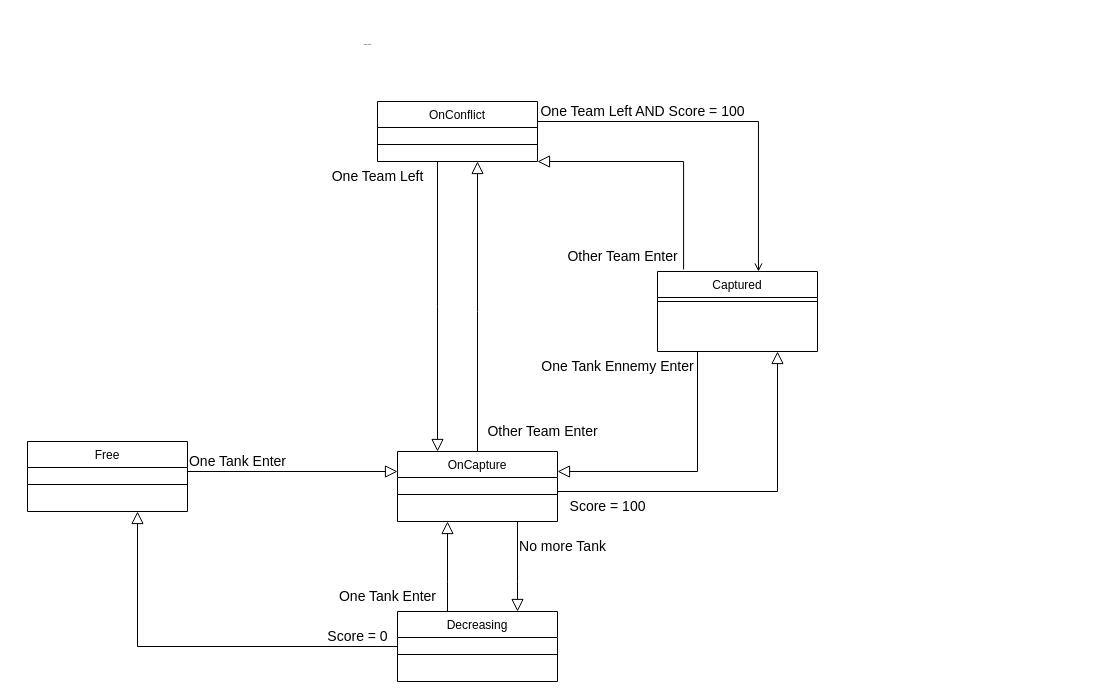
Earlier version of the draw.io diagram Classiagramm.drawio (Yorcal/RealIAUnity). Source tidied: cells renumbered, new cells numbered last; positions are measured from the earlier drawing's top-left corner, leaving out a move shared by most shapes. Both pictures are drawn from the tidied source at 100%, with x=0, y=0 at pixel (27, 26).
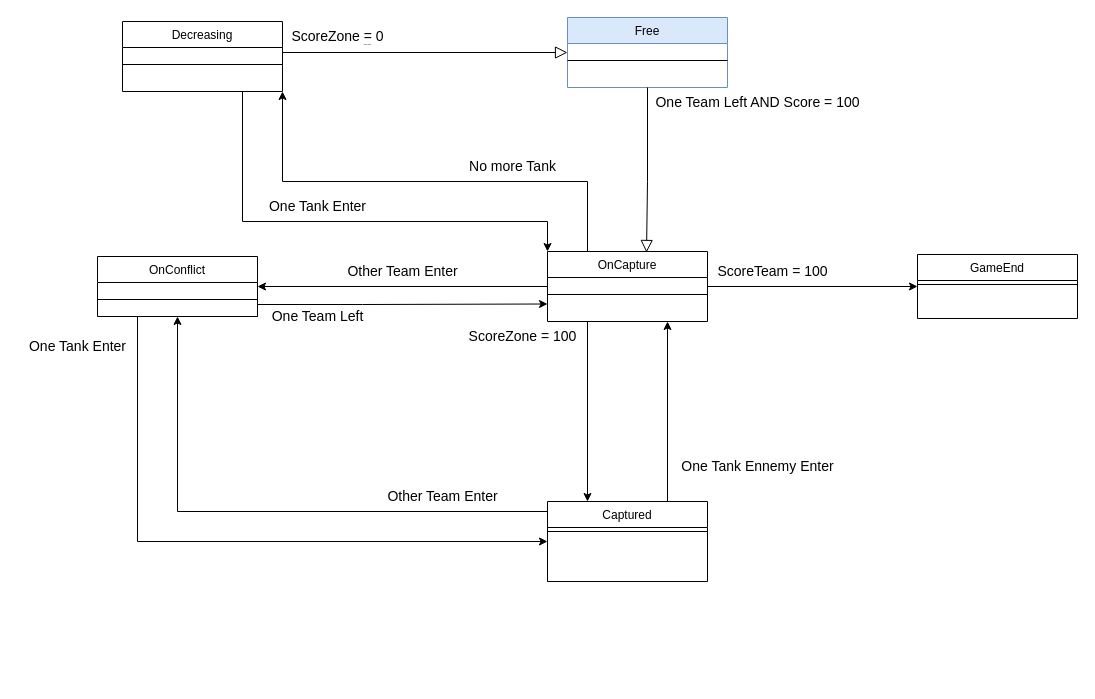
The same diagram, later.

Commit message (it also covers changes not shown here):
diagramme état

What changed in the source:
```diff
@@
+    <mxCell id="33" style="edgeStyle=orthogonalEdgeStyle;rounded=0;jettySize=auto;html=1;exitX=1;exitY=1;exitDx=0;exitDy=0;entryX=0;entryY=0.75;entryDx=0;entryDy=0;fontSize=14;" parent="1" edge="1" source="2" target="7">
+      <mxGeometry relative="1" as="geometry">
+        <Array as="points">
+          <mxPoint x="230" y="278" />
+          <mxPoint x="335" y="278" />
+        </Array>
+      </mxGeometry>
+    </mxCell>
+    <mxCell id="12" style="edgeStyle=orthogonalEdgeStyle;rounded=0;jettySize=auto;html=1;exitX=0.75;exitY=1;exitDx=0;exitDy=0;entryX=0;entryY=0.5;entryDx=0;entryDy=0;fontSize=14;" parent="1" edge="1" source="2" target="10">
+      <mxGeometry relative="1" as="geometry">
+        <Array as="points">
+          <mxPoint x="110" y="290" />
+          <mxPoint x="110" y="515" />
+        </Array>
+      </mxGeometry>
+    </mxCell>
     <mxCell id="2" value="OnConflict" style="swimlane;fontStyle=0;align=center;verticalAlign=top;horizontal=1;startSize=26;rounded=0;shadow=0;strokeWidth=1;" parent="1" vertex="1">
-      <mxGeometry x="350" y="75" width="160" height="60" as="geometry" />
+      <mxGeometry x="70" y="230" width="160" height="60" as="geometry" />
     </mxCell>
@@
-    <mxCell id="4" value="Free" style="swimlane;fontStyle=0;align=center;verticalAlign=top;horizontal=1;startSize=26;rounded=0;shadow=0;strokeWidth=1;" parent="1" vertex="1">
-      <mxGeometry y="415" width="160" height="70" as="geometry" />
+    <mxCell id="4" value="Free" style="swimlane;fontStyle=0;align=center;verticalAlign=top;horizontal=1;startSize=26;rounded=0;shadow=0;strokeWidth=1;fillColor=#dae8fc;strokeColor=#6c8ebf;" parent="1" vertex="1">
+      <mxGeometry x="540" y="-9" width="160" height="70" as="geometry" />
     </mxCell>
@@
-    <mxCell id="6" style="endArrow=block;endSize=10;endFill=0;shadow=0;strokeWidth=1;rounded=0;edgeStyle=elbowEdgeStyle;elbow=vertical;exitX=0.5;exitY=0;exitDx=0;exitDy=0;" parent="1" edge="1" source="7">
-      <mxGeometry relative="1" as="geometry">
-        <mxPoint x="450" y="135" as="targetPoint" />
-        <Array as="points">
-          <mxPoint x="450" y="285" />
-        </Array>
-      </mxGeometry>
-    </mxCell>
+    <mxCell id="34" style="edgeStyle=orthogonalEdgeStyle;rounded=0;jettySize=auto;html=1;exitX=0;exitY=0.5;exitDx=0;exitDy=0;fontSize=14;" parent="1" edge="1" source="7" target="2">
+      <mxGeometry relative="1" as="geometry" />
+    </mxCell>
+    <mxCell id="9" style="edgeStyle=orthogonalEdgeStyle;rounded=0;jettySize=auto;html=1;exitX=0.25;exitY=1;exitDx=0;exitDy=0;entryX=0.25;entryY=0;entryDx=0;entryDy=0;fontSize=14;" parent="1" edge="1" source="7" target="10">
+      <mxGeometry relative="1" as="geometry" />
+    </mxCell>
+    <mxCell id="20" style="edgeStyle=orthogonalEdgeStyle;rounded=0;jettySize=auto;html=1;exitX=0.25;exitY=0;exitDx=0;exitDy=0;entryX=1;entryY=1;entryDx=0;entryDy=0;fontSize=14;" parent="1" edge="1" source="7" target="18">
+      <mxGeometry relative="1" as="geometry">
+        <Array as="points">
+          <mxPoint x="560" y="155" />
+          <mxPoint x="255" y="155" />
+        </Array>
+      </mxGeometry>
+    </mxCell>
+    <mxCell id="35" style="edgeStyle=orthogonalEdgeStyle;rounded=0;jettySize=auto;html=1;exitX=1;exitY=0.5;exitDx=0;exitDy=0;fontSize=14;entryX=0;entryY=0.5;entryDx=0;entryDy=0;" parent="1" edge="1" source="7" target="38">
+      <mxGeometry relative="1" as="geometry" />
+    </mxCell>
     <mxCell id="7" value="OnCapture" style="swimlane;fontStyle=0;align=center;verticalAlign=top;horizontal=1;startSize=26;rounded=0;shadow=0;strokeWidth=1;" parent="1" vertex="1">
-      <mxGeometry x="370" y="425" width="160" height="70" as="geometry" />
+      <mxGeometry x="520" y="225" width="160" height="70" as="geometry" />
     </mxCell>
@@
-    <mxCell id="9" style="endArrow=block;endSize=10;endFill=0;shadow=0;strokeWidth=1;rounded=0;edgeStyle=elbowEdgeStyle;elbow=vertical;exitX=1;exitY=0.5;exitDx=0;exitDy=0;entryX=0.75;entryY=1;entryDx=0;entryDy=0;" parent="1" edge="1" source="7" target="10">
-      <mxGeometry relative="1" as="geometry">
-        <Array as="points">
-          <mxPoint x="650" y="465" />
-        </Array>
-      </mxGeometry>
-    </mxCell>
+    <mxCell id="36" style="edgeStyle=orthogonalEdgeStyle;rounded=0;jettySize=auto;html=1;exitX=0.75;exitY=0;exitDx=0;exitDy=0;entryX=0.75;entryY=1;entryDx=0;entryDy=0;fontSize=14;" parent="1" edge="1" source="10" target="7">
+      <mxGeometry relative="1" as="geometry" />
+    </mxCell>
+    <mxCell id="16" style="edgeStyle=orthogonalEdgeStyle;rounded=0;jettySize=auto;html=1;exitX=0;exitY=1;exitDx=0;exitDy=0;entryX=0.5;entryY=1;entryDx=0;entryDy=0;fontSize=14;" parent="1" edge="1" source="10" target="2">
+      <mxGeometry relative="1" as="geometry">
+        <Array as="points">
+          <mxPoint x="520" y="485" />
+          <mxPoint x="150" y="485" />
+        </Array>
+      </mxGeometry>
+    </mxCell>
     <mxCell id="10" value="Captured" style="swimlane;fontStyle=0;align=center;verticalAlign=top;horizontal=1;startSize=26;rounded=0;shadow=0;strokeWidth=1;" parent="1" vertex="1">
-      <mxGeometry x="630" y="245" width="160" height="80" as="geometry" />
+      <mxGeometry x="520" y="475" width="160" height="80" as="geometry" />
     </mxCell>
@@
-    <mxCell id="12" style="endArrow=open;shadow=0;strokeWidth=1;rounded=0;endFill=1;edgeStyle=elbowEdgeStyle;elbow=vertical;exitX=1;exitY=0.5;exitDx=0;exitDy=0;entryX=0.631;entryY=0;entryDx=0;entryDy=0;entryPerimeter=0;" parent="1" edge="1" source="2" target="10">
-      <mxGeometry x="0.5" y="41" relative="1" as="geometry">
-        <Array as="points">
-          <mxPoint x="630" y="95" />
-          <mxPoint x="610" y="105" />
-        </Array>
-        <mxPoint x="-40" y="32" as="offset" />
-      </mxGeometry>
-    </mxCell>
@@
-    <mxCell id="14" style="endArrow=block;endSize=10;endFill=0;shadow=0;strokeWidth=1;rounded=0;edgeStyle=elbowEdgeStyle;elbow=vertical;exitX=1;exitY=0.5;exitDx=0;exitDy=0;" parent="1" edge="1" source="4" target="7">
+    <mxCell id="14" style="endArrow=block;endSize=10;endFill=0;shadow=0;strokeWidth=1;rounded=0;edgeStyle=elbowEdgeStyle;elbow=vertical;exitX=0.5;exitY=1;exitDx=0;exitDy=0;entryX=0.619;entryY=0.014;entryDx=0;entryDy=0;entryPerimeter=0;" parent="1" edge="1" source="4" target="7">
       <mxGeometry relative="1" as="geometry">
         <Array as="points">
-          <mxPoint x="280" y="445" />
+          <mxPoint x="620" y="155" />
+          <mxPoint x="590" y="105" />
+          <mxPoint x="600" y="165" />
+          <mxPoint x="610" y="195" />
+          <mxPoint x="600" y="175" />
         </Array>
       </mxGeometry>
     </mxCell>
-    <mxCell id="15" style="endArrow=block;endSize=10;endFill=0;shadow=0;strokeWidth=1;rounded=0;edgeStyle=elbowEdgeStyle;elbow=vertical;entryX=0.25;entryY=0;entryDx=0;entryDy=0;" parent="1" edge="1" target="7">
-      <mxGeometry relative="1" as="geometry">
-        <mxPoint x="410" y="135" as="sourcePoint" />
-      </mxGeometry>
-    </mxCell>
-    <mxCell id="16" style="endArrow=block;endSize=10;endFill=0;shadow=0;strokeWidth=1;rounded=0;edgeStyle=elbowEdgeStyle;elbow=vertical;entryX=1;entryY=1;entryDx=0;entryDy=0;exitX=0.163;exitY=-0.025;exitDx=0;exitDy=0;exitPerimeter=0;" parent="1" edge="1" source="10" target="2">
-      <mxGeometry relative="1" as="geometry">
-        <Array as="points">
-          <mxPoint x="580" y="135" />
-        </Array>
-      </mxGeometry>
-    </mxCell>
-    <mxCell id="17" style="endArrow=block;endSize=10;endFill=0;shadow=0;strokeWidth=1;rounded=0;edgeStyle=elbowEdgeStyle;elbow=vertical;exitX=0.25;exitY=1;exitDx=0;exitDy=0;" parent="1" edge="1" source="10">
-      <mxGeometry relative="1" as="geometry">
-        <mxPoint x="530" y="445" as="targetPoint" />
-        <Array as="points">
-          <mxPoint x="590" y="445" />
-        </Array>
-      </mxGeometry>
-    </mxCell>
+    <mxCell id="37" style="edgeStyle=orthogonalEdgeStyle;rounded=0;jettySize=auto;html=1;exitX=0.75;exitY=1;exitDx=0;exitDy=0;entryX=0;entryY=0;entryDx=0;entryDy=0;fontSize=14;" parent="1" edge="1" source="18" target="7">
+      <mxGeometry relative="1" as="geometry">
+        <Array as="points">
+          <mxPoint x="215" y="195" />
+          <mxPoint x="520" y="195" />
+        </Array>
+      </mxGeometry>
+    </mxCell>
     <mxCell id="18" value="Decreasing" style="swimlane;fontStyle=0;align=center;verticalAlign=top;horizontal=1;startSize=26;rounded=0;shadow=0;strokeWidth=1;" parent="1" vertex="1">
-      <mxGeometry x="370" y="585" width="160" height="70" as="geometry" />
+      <mxGeometry x="95" y="-5" width="160" height="70" as="geometry" />
     </mxCell>
@@
-    <mxCell id="20" style="endArrow=block;endSize=10;endFill=0;shadow=0;strokeWidth=1;rounded=0;edgeStyle=elbowEdgeStyle;elbow=vertical;exitX=0.75;exitY=1;exitDx=0;exitDy=0;entryX=0.75;entryY=0;entryDx=0;entryDy=0;" parent="1" edge="1" source="7" target="18">
-      <mxGeometry relative="1" as="geometry">
-        <Array as="points">
-          <mxPoint x="500" y="555" />
-        </Array>
-      </mxGeometry>
-    </mxCell>
-    <mxCell id="21" style="endArrow=block;endSize=10;endFill=0;shadow=0;strokeWidth=1;rounded=0;edgeStyle=elbowEdgeStyle;elbow=vertical;" parent="1" edge="1">
-      <mxGeometry relative="1" as="geometry">
-        <mxPoint x="420" y="585" as="sourcePoint" />
-        <mxPoint x="420" y="495" as="targetPoint" />
-        <Array as="points">
-          <mxPoint x="410" y="555" />
-        </Array>
-      </mxGeometry>
-    </mxCell>
-    <mxCell id="22" style="endArrow=block;endSize=10;endFill=0;shadow=0;strokeWidth=1;rounded=0;edgeStyle=elbowEdgeStyle;elbow=vertical;exitX=0;exitY=0.5;exitDx=0;exitDy=0;" parent="1" edge="1" source="18">
+    <mxCell id="22" style="endArrow=block;endSize=10;endFill=0;shadow=0;strokeWidth=1;rounded=0;edgeStyle=elbowEdgeStyle;elbow=vertical;exitX=1;exitY=0.5;exitDx=0;exitDy=0;entryX=0;entryY=0.5;entryDx=0;entryDy=0;" parent="1" edge="1" source="18" target="4">
       <mxGeometry relative="1" as="geometry">
-        <mxPoint x="110" y="485" as="targetPoint" />
         <Array as="points">
-          <mxPoint x="110" y="620" />
+          <mxPoint x="410" y="26" />
+          <mxPoint x="430" y="25" />
+          <mxPoint x="390" y="65" />
+          <mxPoint x="450" y="45" />
         </Array>
       </mxGeometry>
     </mxCell>
     <mxCell id="23" value="&lt;font style=&quot;font-size: 14px;&quot;&gt;One Tank Enter&lt;/font&gt;" style="text;html=1;align=center;verticalAlign=middle;strokeColor=none;fillColor=none;fontSize=1;" parent="1" vertex="1">
-      <mxGeometry x="150" y="420" width="120" height="30" as="geometry" />
+      <mxGeometry x="-10" y="305" width="120" height="30" as="geometry" />
     </mxCell>
-    <mxCell id="24" value="Score = 0" style="text;html=1;align=center;verticalAlign=middle;strokeColor=none;fillColor=none;fontSize=14;" parent="1" vertex="1">
-      <mxGeometry x="290" y="595" width="80" height="30" as="geometry" />
+    <mxCell id="24" value="ScoreZone = 0" style="text;html=1;align=center;verticalAlign=middle;strokeColor=none;fillColor=none;fontSize=14;" parent="1" vertex="1">
+      <mxGeometry x="250" y="-5" width="120" height="30" as="geometry" />
     </mxCell>
     <mxCell id="25" value="No more Tank" style="text;html=1;align=center;verticalAlign=middle;strokeColor=none;fillColor=none;fontSize=14;" parent="1" vertex="1">
-      <mxGeometry x="480" y="505" width="110" height="30" as="geometry" />
+      <mxGeometry x="430" y="125" width="110" height="30" as="geometry" />
     </mxCell>
     <mxCell id="26" value="One Tank Enter" style="text;html=1;align=center;verticalAlign=middle;strokeColor=none;fillColor=none;fontSize=14;" parent="1" vertex="1">
-      <mxGeometry x="300" y="555" width="120" height="30" as="geometry" />
+      <mxGeometry x="230" y="165" width="120" height="30" as="geometry" />
     </mxCell>
     <mxCell id="27" value="Other Team Enter" style="text;html=1;align=center;verticalAlign=middle;strokeColor=none;fillColor=none;fontSize=14;" parent="1" vertex="1">
-      <mxGeometry x="450" y="390" width="130" height="30" as="geometry" />
+      <mxGeometry x="350" y="455" width="130" height="30" as="geometry" />
     </mxCell>
     <mxCell id="28" value="One Team Left" style="text;html=1;align=center;verticalAlign=middle;strokeColor=none;fillColor=none;fontSize=14;" parent="1" vertex="1">
-      <mxGeometry x="290" y="135" width="120" height="30" as="geometry" />
+      <mxGeometry x="230" y="275" width="120" height="30" as="geometry" />
     </mxCell>
     <mxCell id="29" value="One Team Left AND Score = 100" style="text;html=1;align=center;verticalAlign=middle;strokeColor=none;fillColor=none;fontSize=14;" parent="1" vertex="1">
-      <mxGeometry x="500" y="70" width="230" height="30" as="geometry" />
+      <mxGeometry x="615" y="61" width="230" height="30" as="geometry" />
     </mxCell>
     <mxCell id="30" value="Other Team Enter" style="text;html=1;align=center;verticalAlign=middle;strokeColor=none;fillColor=none;fontSize=14;" parent="1" vertex="1">
-      <mxGeometry x="530" y="215" width="130" height="30" as="geometry" />
+      <mxGeometry x="310" y="230" width="130" height="30" as="geometry" />
     </mxCell>
     <mxCell id="31" value="One Tank Ennemy Enter" style="text;html=1;align=center;verticalAlign=middle;strokeColor=none;fillColor=none;fontSize=14;" parent="1" vertex="1">
-      <mxGeometry x="500" y="325" width="180" height="30" as="geometry" />
+      <mxGeometry x="640" y="425" width="180" height="30" as="geometry" />
     </mxCell>
-    <mxCell id="32" value="Score = 100" style="text;html=1;align=center;verticalAlign=middle;strokeColor=none;fillColor=none;fontSize=14;" parent="1" vertex="1">
-      <mxGeometry x="530" y="465" width="100" height="30" as="geometry" />
+    <mxCell id="32" value="ScoreZone = 100" style="text;html=1;align=center;verticalAlign=middle;strokeColor=none;fillColor=none;fontSize=14;" parent="1" vertex="1">
+      <mxGeometry x="430" y="295" width="130" height="30" as="geometry" />
     </mxCell>
+    <mxCell id="38" value="GameEnd" style="swimlane;fontStyle=0;align=center;verticalAlign=top;horizontal=1;startSize=26;rounded=0;shadow=0;strokeWidth=1;" parent="1" vertex="1">
+      <mxGeometry x="890" y="228" width="160" height="64" as="geometry" />
+    </mxCell>
+    <mxCell id="39" style="line;html=1;strokeWidth=1;align=left;verticalAlign=middle;spacingTop=-1;spacingLeft=3;spacingRight=3;labelPosition=right;" parent="38" vertex="1">
+      <mxGeometry y="26" width="160" height="8" as="geometry" />
+    </mxCell>
+    <mxCell id="40" value="ScoreTeam = 100" style="text;html=1;align=center;verticalAlign=middle;strokeColor=none;fillColor=none;fontSize=14;" parent="1" vertex="1">
+      <mxGeometry x="680" y="230" width="130" height="30" as="geometry" />
+    </mxCell>
```
